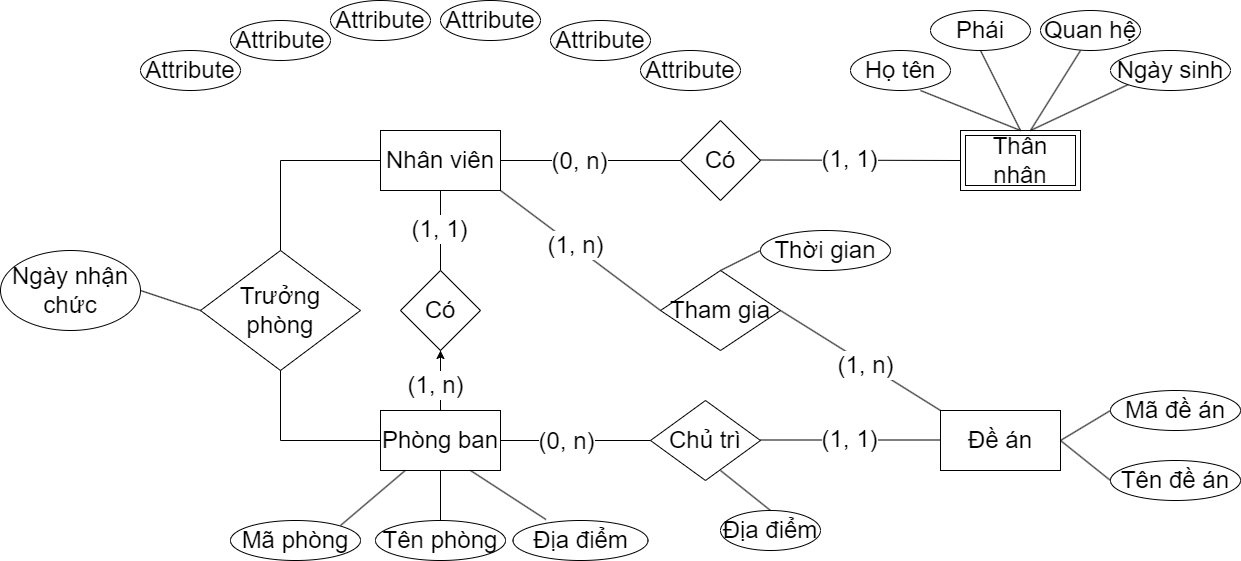
Earlier version of the draw.io export Chương 2.png (datnham0212/learning). Source tidied: cells renumbered, new cells last; positions are measured from the earlier drawing's top-left corner, leaving out a move shared by most shapes.
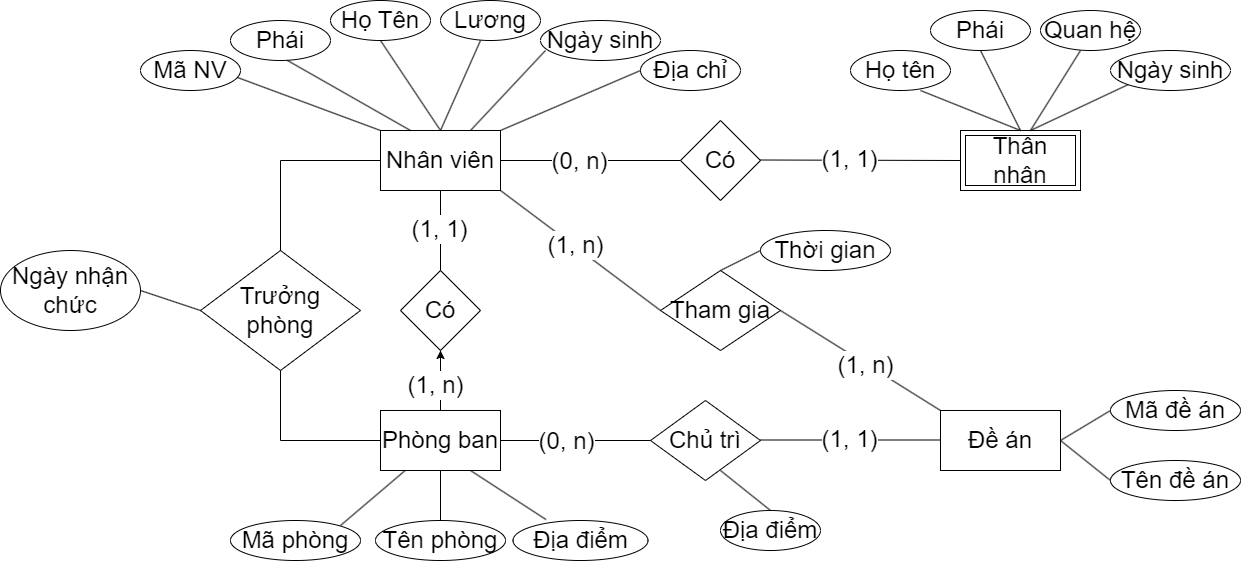
Later version of the same file.

What changed in the source:
```diff
@@ -35,22 +35,22 @@
         <mxPoint x="760" y="159.5" as="sourcePoint" />
       </mxGeometry>
     </mxCell>
-    <mxCell id="11" value="Attribute" style="ellipse;whiteSpace=wrap;html=1;align=center;fontSize=24;" parent="1" vertex="1">
+    <mxCell id="11" value="Lương" style="ellipse;whiteSpace=wrap;html=1;align=center;fontSize=24;" parent="1" vertex="1">
       <mxGeometry x="440" width="100" height="40" as="geometry" />
     </mxCell>
-    <mxCell id="12" value="Attribute" style="ellipse;whiteSpace=wrap;html=1;align=center;fontSize=24;" parent="1" vertex="1">
+    <mxCell id="12" value="Mã NV" style="ellipse;whiteSpace=wrap;html=1;align=center;fontSize=24;" parent="1" vertex="1">
       <mxGeometry x="140" y="50" width="100" height="40" as="geometry" />
     </mxCell>
-    <mxCell id="13" value="Attribute" style="ellipse;whiteSpace=wrap;html=1;align=center;fontSize=24;" parent="1" vertex="1">
+    <mxCell id="13" value="Họ Tên" style="ellipse;whiteSpace=wrap;html=1;align=center;fontSize=24;" parent="1" vertex="1">
       <mxGeometry x="330" width="100" height="40" as="geometry" />
     </mxCell>
-    <mxCell id="14" value="Attribute" style="ellipse;whiteSpace=wrap;html=1;align=center;fontSize=24;" parent="1" vertex="1">
+    <mxCell id="14" value="Phái" style="ellipse;whiteSpace=wrap;html=1;align=center;fontSize=24;" parent="1" vertex="1">
       <mxGeometry x="230" y="20" width="100" height="40" as="geometry" />
     </mxCell>
-    <mxCell id="15" value="Attribute" style="ellipse;whiteSpace=wrap;html=1;align=center;fontSize=24;" parent="1" vertex="1">
-      <mxGeometry x="550" y="20" width="100" height="40" as="geometry" />
+    <mxCell id="15" value="Ngày sinh" style="ellipse;whiteSpace=wrap;html=1;align=center;fontSize=24;" parent="1" vertex="1">
+      <mxGeometry x="540" y="20" width="120" height="40" as="geometry" />
     </mxCell>
-    <mxCell id="16" value="Attribute" style="ellipse;whiteSpace=wrap;html=1;align=center;fontSize=24;" parent="1" vertex="1">
+    <mxCell id="16" value="Địa chỉ" style="ellipse;whiteSpace=wrap;html=1;align=center;fontSize=24;" parent="1" vertex="1">
       <mxGeometry x="640" y="50" width="100" height="40" as="geometry" />
     </mxCell>
     <mxCell id="17" value="Họ tên" style="ellipse;whiteSpace=wrap;html=1;align=center;fontSize=24;" parent="1" vertex="1">
@@ -234,5 +234,34 @@
         <mxPoint x="920" y="90" as="targetPoint" />
       </mxGeometry>
     </mxCell>
+    <mxCell id="59" style="endArrow=none;html=1;rounded=0;exitX=0.97;exitY=0.675;exitDx=0;exitDy=0;exitPerimeter=0;entryX=0;entryY=0;entryDx=0;entryDy=0;" parent="1" edge="1" source="12" target="2">
+      <mxGeometry relative="1" as="geometry" />
+    </mxCell>
+    <mxCell id="60" style="endArrow=none;html=1;rounded=0;exitX=0.97;exitY=0.675;exitDx=0;exitDy=0;exitPerimeter=0;entryX=0.25;entryY=0;entryDx=0;entryDy=0;" parent="1" edge="1" target="2">
+      <mxGeometry relative="1" as="geometry">
+        <mxPoint x="287" y="60" as="sourcePoint" />
+      </mxGeometry>
+    </mxCell>
+    <mxCell id="61" style="endArrow=none;html=1;rounded=0;exitX=0.97;exitY=0.675;exitDx=0;exitDy=0;exitPerimeter=0;" parent="1" edge="1">
+      <mxGeometry relative="1" as="geometry">
+        <mxPoint x="380" y="40" as="sourcePoint" />
+        <mxPoint x="440" y="130" as="targetPoint" />
+      </mxGeometry>
+    </mxCell>
+    <mxCell id="62" style="endArrow=none;html=1;rounded=0;exitX=0.97;exitY=0.675;exitDx=0;exitDy=0;exitPerimeter=0;entryX=0.5;entryY=0;entryDx=0;entryDy=0;" parent="1" edge="1" target="2">
+      <mxGeometry relative="1" as="geometry">
+        <mxPoint x="480" y="40" as="sourcePoint" />
+      </mxGeometry>
+    </mxCell>
+    <mxCell id="63" style="endArrow=none;html=1;rounded=0;exitX=0.97;exitY=0.675;exitDx=0;exitDy=0;exitPerimeter=0;entryX=0.75;entryY=0;entryDx=0;entryDy=0;" parent="1" edge="1" target="2">
+      <mxGeometry relative="1" as="geometry">
+        <mxPoint x="545" y="50" as="sourcePoint" />
+      </mxGeometry>
+    </mxCell>
+    <mxCell id="64" style="endArrow=none;html=1;rounded=0;exitX=0.97;exitY=0.675;exitDx=0;exitDy=0;exitPerimeter=0;entryX=1;entryY=0;entryDx=0;entryDy=0;" parent="1" edge="1" target="2">
+      <mxGeometry relative="1" as="geometry">
+        <mxPoint x="640" y="70" as="sourcePoint" />
+      </mxGeometry>
+    </mxCell>
   </root>
 </mxGraphModel>
```
